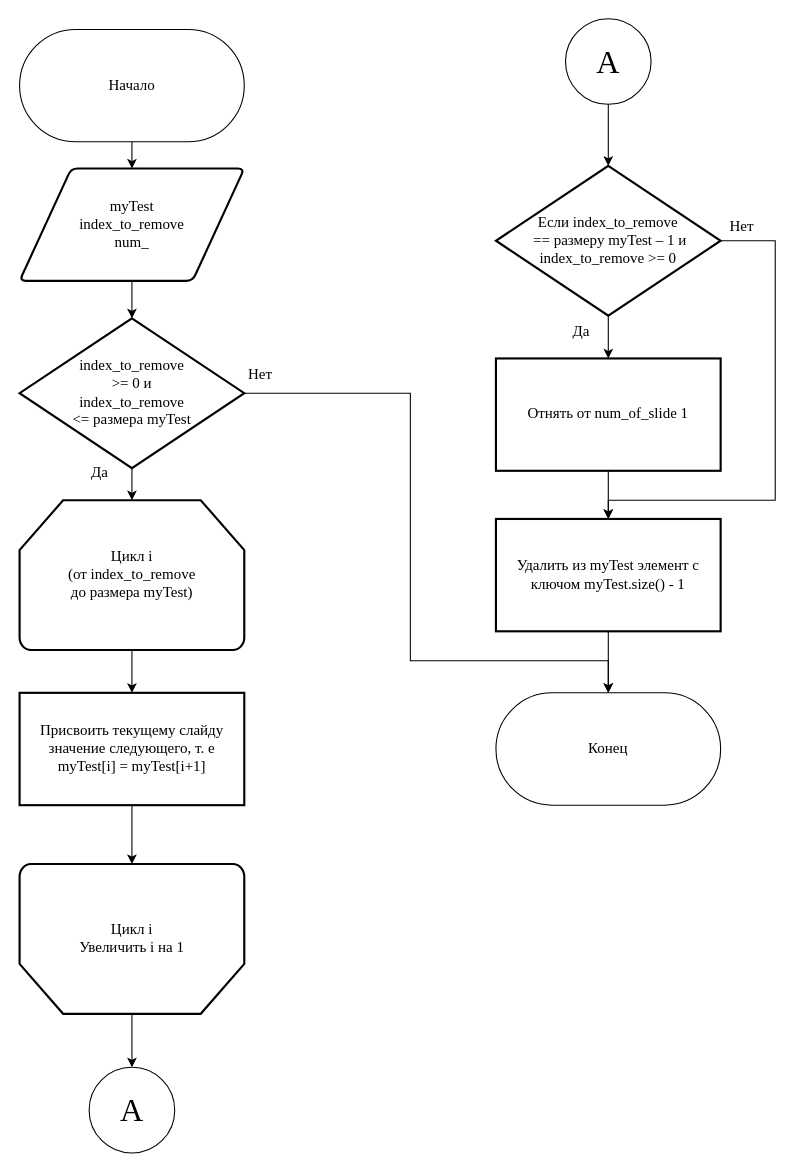
Earlier version of the draw.io diagram Пояснительная записка/Прочие файлы для редактирования/Блок-схема алгоритма по шагам 1.drawio (vanzoneway/Course-Project-TestControl). Source tidied: cells renumbered, new cells numbered last; positions are measured from the earlier drawing's top-left corner, leaving out a move shared by most shapes. Both pictures are drawn from the tidied source at 107%, with x=0, y=0 at pixel (19, 18).
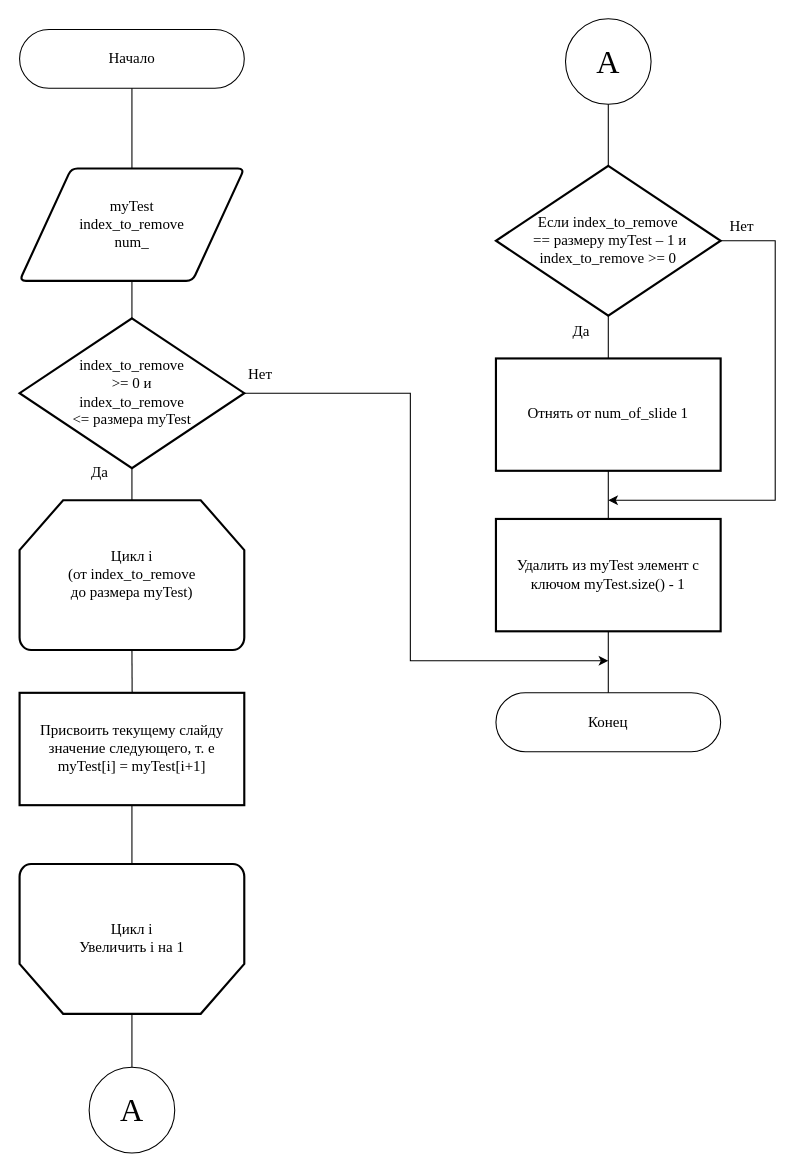
The same page after the edit.

Unchanged cells that the change refers to:
```xml
<mxCell id="3" value="&lt;font style=&quot;font-size: 14px;&quot; face=&quot;Times New Roman&quot;&gt;myTest&lt;br&gt;index_to_remove&lt;br&gt;num_&lt;/font&gt;" style="shape=parallelogram;html=1;strokeWidth=2;perimeter=parallelogramPerimeter;whiteSpace=wrap;rounded=1;arcSize=12;size=0.23;" parent="1" vertex="1">
  <mxGeometry x="-0.2" y="140" width="210" height="105" as="geometry" />
</mxCell>
<mxCell id="6" value="&lt;font style=&quot;font-size: 14px;&quot; face=&quot;Times New Roman&quot;&gt;index_to_remove&lt;br&gt;&amp;gt;= 0 и&lt;br&gt;index_to_remove &lt;br&gt;&amp;lt;= размера myTest&lt;/font&gt;" style="strokeWidth=2;html=1;shape=mxgraph.flowchart.decision;whiteSpace=wrap;" parent="1" vertex="1">
  <mxGeometry x="-0.2" y="280" width="210" height="140" as="geometry" />
</mxCell>
<mxCell id="8" value="&lt;font style=&quot;font-size: 14px;&quot; face=&quot;Times New Roman&quot;&gt;Цикл i&lt;br&gt;(от index_to_remove&lt;br&gt;до размера myTest)&lt;/font&gt;" style="strokeWidth=2;html=1;shape=mxgraph.flowchart.loop_limit;whiteSpace=wrap;" parent="1" vertex="1">
  <mxGeometry x="-0.2" y="450" width="210" height="140" as="geometry" />
</mxCell>
<mxCell id="10" value="&lt;font face=&quot;Times New Roman&quot; style=&quot;font-size: 14px;&quot;&gt;Присвоить текущему слайду значение следующего, т. е myTest[i] = myTest[i+1]&lt;/font&gt;" style="rounded=1;whiteSpace=wrap;html=1;absoluteArcSize=1;arcSize=0;strokeWidth=2;" parent="1" vertex="1">
  <mxGeometry x="-0.2" y="630" width="210" height="105" as="geometry" />
</mxCell>
<mxCell id="13" value="&lt;font style=&quot;font-size: 14px;&quot; face=&quot;Times New Roman&quot;&gt;Если index_to_remove&lt;br&gt;&amp;nbsp;== размеру myTest – 1 и index_to_remove &amp;gt;= 0&lt;/font&gt;" style="strokeWidth=2;html=1;shape=mxgraph.flowchart.decision;whiteSpace=wrap;" parent="1" vertex="1">
  <mxGeometry x="445" y="137.5" width="210" height="140" as="geometry" />
</mxCell>
<mxCell id="15" value="&lt;font face=&quot;Times New Roman&quot; style=&quot;font-size: 14px;&quot;&gt;Отнять от num_of_slide 1&lt;/font&gt;" style="rounded=1;whiteSpace=wrap;html=1;absoluteArcSize=1;arcSize=0;strokeWidth=2;" parent="1" vertex="1">
  <mxGeometry x="445" y="317.5" width="210" height="105" as="geometry" />
</mxCell>
<mxCell id="17" value="&lt;font style=&quot;font-size: 14px;&quot; face=&quot;Times New Roman&quot;&gt;Удалить из myTest элемент с ключом myTest.size() - 1&lt;/font&gt;" style="rounded=1;whiteSpace=wrap;html=1;absoluteArcSize=1;arcSize=0;strokeWidth=2;" parent="1" vertex="1">
  <mxGeometry x="445" y="467.5" width="210" height="105" as="geometry" />
</mxCell>
<mxCell id="19" value="&lt;font face=&quot;Times New Roman&quot; style=&quot;font-size: 14px;&quot;&gt;Цикл i&lt;br style=&quot;border-color: var(--border-color);&quot;&gt;&lt;span style=&quot;background-color: rgb(255, 255, 255);&quot;&gt;Увеличить i на 1&lt;/span&gt;&lt;/font&gt;" style="strokeWidth=2;html=1;shape=mxgraph.flowchart.loop_limit;whiteSpace=wrap;direction=west;" parent="1" vertex="1">
  <mxGeometry x="-0.2" y="790" width="210" height="140" as="geometry" />
</mxCell>
<mxCell id="22" value="&lt;font face=&quot;Times New Roman&quot; style=&quot;font-size: 30px;&quot;&gt;A&lt;/font&gt;" style="ellipse;whiteSpace=wrap;html=1;" parent="1" vertex="1">
  <mxGeometry x="64.8" y="980" width="80" height="80" as="geometry" />
</mxCell>
<mxCell id="24" value="&lt;font face=&quot;Times New Roman&quot; style=&quot;font-size: 30px;&quot;&gt;A&lt;/font&gt;" style="ellipse;whiteSpace=wrap;html=1;" parent="1" vertex="1">
  <mxGeometry x="510" width="80" height="80" as="geometry" />
</mxCell>
```

The edit, as a diff of the source:
```diff
@@
-    <mxCell id="2" style="edgeStyle=orthogonalEdgeStyle;rounded=0;jettySize=auto;html=1;" parent="1" edge="1" source="3" target="6">
-      <mxGeometry relative="1" as="geometry" />
-    </mxCell>
@@
-    <mxCell id="4" style="edgeStyle=orthogonalEdgeStyle;rounded=0;jettySize=auto;html=1;" parent="1" edge="1" source="6" target="8">
-      <mxGeometry relative="1" as="geometry" />
-    </mxCell>
-    <mxCell id="5" style="edgeStyle=orthogonalEdgeStyle;rounded=0;jettySize=auto;html=1;exitX=1;exitY=0.5;exitDx=0;exitDy=0;exitPerimeter=0;entryX=0.5;entryY=0;entryDx=0;entryDy=0;" parent="1" edge="1" source="6" target="25">
+    <mxCell id="5" style="edgeStyle=orthogonalEdgeStyle;rounded=0;jettySize=auto;html=1;exitX=1;exitY=0.5;exitDx=0;exitDy=0;exitPerimeter=0;" parent="1" edge="1" source="6">
       <mxGeometry relative="1" as="geometry">
+        <mxPoint x="550" y="600" as="targetPoint" />
         <Array as="points">
           <mxPoint x="365" y="350" />
           <mxPoint x="365" y="600" />
           <mxPoint x="550" y="600" />
         </Array>
       </mxGeometry>
     </mxCell>
@@
-    <mxCell id="7" style="edgeStyle=orthogonalEdgeStyle;rounded=0;jettySize=auto;html=1;" parent="1" edge="1" source="8" target="10">
-      <mxGeometry relative="1" as="geometry" />
-    </mxCell>
@@
-    <mxCell id="9" style="edgeStyle=orthogonalEdgeStyle;rounded=0;jettySize=auto;html=1;" parent="1" edge="1" source="10" target="19">
-      <mxGeometry relative="1" as="geometry" />
-    </mxCell>
@@
-    <mxCell id="11" style="edgeStyle=orthogonalEdgeStyle;rounded=0;jettySize=auto;html=1;" parent="1" edge="1" source="13" target="15">
-      <mxGeometry relative="1" as="geometry" />
-    </mxCell>
-    <mxCell id="12" style="edgeStyle=orthogonalEdgeStyle;rounded=0;jettySize=auto;html=1;exitX=1;exitY=0.5;exitDx=0;exitDy=0;exitPerimeter=0;entryX=0.5;entryY=0;entryDx=0;entryDy=0;" parent="1" edge="1" source="13" target="17">
+    <mxCell id="12" style="edgeStyle=orthogonalEdgeStyle;rounded=0;jettySize=auto;html=1;exitX=1;exitY=0.5;exitDx=0;exitDy=0;exitPerimeter=0;" parent="1" edge="1" source="13">
       <mxGeometry relative="1" as="geometry">
+        <mxPoint x="550" y="450" as="targetPoint" />
         <Array as="points">
           <mxPoint x="706" y="208" />
           <mxPoint x="706" y="450" />
           <mxPoint x="550" y="450" />
         </Array>
       </mxGeometry>
     </mxCell>
@@
-    <mxCell id="14" style="edgeStyle=orthogonalEdgeStyle;rounded=0;jettySize=auto;html=1;" parent="1" edge="1" source="15" target="17">
-      <mxGeometry relative="1" as="geometry" />
-    </mxCell>
@@
-    <mxCell id="16" style="edgeStyle=orthogonalEdgeStyle;rounded=0;jettySize=auto;html=1;entryX=0.5;entryY=0;entryDx=0;entryDy=0;" parent="1" edge="1" source="17" target="25">
-      <mxGeometry relative="1" as="geometry" />
-    </mxCell>
@@
-    <mxCell id="18" style="edgeStyle=orthogonalEdgeStyle;rounded=0;jettySize=auto;html=1;" parent="1" edge="1" source="19" target="22">
-      <mxGeometry relative="1" as="geometry" />
-    </mxCell>
@@
-    <mxCell id="20" style="edgeStyle=orthogonalEdgeStyle;rounded=0;jettySize=auto;html=1;" parent="1" edge="1" source="21" target="3">
-      <mxGeometry relative="1" as="geometry" />
-    </mxCell>
     <mxCell id="21" value="&lt;font style=&quot;font-size: 14px;&quot; face=&quot;Times New Roman&quot;&gt;Начало&lt;/font&gt;" style="rounded=1;whiteSpace=wrap;html=1;arcSize=50;" parent="1" vertex="1">
-      <mxGeometry x="-0.2" y="10" width="210" height="105" as="geometry" />
+      <mxGeometry x="-0.2" y="10" width="210" height="55" as="geometry" />
     </mxCell>
@@
-    <mxCell id="23" style="edgeStyle=orthogonalEdgeStyle;rounded=0;jettySize=auto;html=1;" parent="1" edge="1" source="24" target="13">
-      <mxGeometry relative="1" as="geometry" />
-    </mxCell>
@@
     <mxCell id="25" value="&lt;font style=&quot;font-size: 14px;&quot; face=&quot;Times New Roman&quot;&gt;Конец&lt;/font&gt;" style="rounded=1;whiteSpace=wrap;html=1;arcSize=50;" parent="1" vertex="1">
-      <mxGeometry x="445" y="630" width="210" height="105" as="geometry" />
+      <mxGeometry x="445" y="630" width="210" height="55" as="geometry" />
     </mxCell>
@@
+    <mxCell id="30" style="endArrow=none;html=1;rounded=0;entryX=0.5;entryY=1;entryDx=0;entryDy=0;exitX=0.5;exitY=0;exitDx=0;exitDy=0;" parent="1" edge="1" source="3" target="21">
+      <mxGeometry relative="1" as="geometry" />
+    </mxCell>
+    <mxCell id="31" style="endArrow=none;html=1;rounded=0;exitX=0.5;exitY=0;exitDx=0;exitDy=0;exitPerimeter=0;entryX=0.5;entryY=1;entryDx=0;entryDy=0;" parent="1" edge="1" source="6" target="3">
+      <mxGeometry relative="1" as="geometry" />
+    </mxCell>
+    <mxCell id="32" style="endArrow=none;html=1;rounded=0;entryX=0.5;entryY=1;entryDx=0;entryDy=0;entryPerimeter=0;exitX=0.5;exitY=0;exitDx=0;exitDy=0;exitPerimeter=0;" parent="1" edge="1" source="8" target="6">
+      <mxGeometry relative="1" as="geometry" />
+    </mxCell>
+    <mxCell id="33" style="endArrow=none;html=1;rounded=0;entryX=0.5;entryY=1;entryDx=0;entryDy=0;entryPerimeter=0;" parent="1" edge="1" target="8">
+      <mxGeometry relative="1" as="geometry">
+        <mxPoint x="105" y="630" as="sourcePoint" />
+      </mxGeometry>
+    </mxCell>
+    <mxCell id="34" style="endArrow=none;html=1;rounded=0;entryX=0.5;entryY=1;entryDx=0;entryDy=0;exitX=0.5;exitY=1;exitDx=0;exitDy=0;exitPerimeter=0;" parent="1" edge="1" source="19" target="10">
+      <mxGeometry relative="1" as="geometry" />
+    </mxCell>
+    <mxCell id="35" style="endArrow=none;html=1;rounded=0;entryX=0.5;entryY=0;entryDx=0;entryDy=0;entryPerimeter=0;exitX=0.5;exitY=0;exitDx=0;exitDy=0;" parent="1" edge="1" source="22" target="19">
+      <mxGeometry relative="1" as="geometry" />
+    </mxCell>
+    <mxCell id="36" style="endArrow=none;html=1;rounded=0;entryX=0.5;entryY=1;entryDx=0;entryDy=0;exitX=0.5;exitY=0;exitDx=0;exitDy=0;" parent="1" edge="1" source="25" target="17">
+      <mxGeometry relative="1" as="geometry" />
+    </mxCell>
+    <mxCell id="37" style="endArrow=none;html=1;rounded=0;entryX=0.5;entryY=1;entryDx=0;entryDy=0;exitX=0.5;exitY=0;exitDx=0;exitDy=0;" parent="1" edge="1" source="17" target="15">
+      <mxGeometry relative="1" as="geometry" />
+    </mxCell>
+    <mxCell id="38" style="endArrow=none;html=1;rounded=0;entryX=0.5;entryY=1;entryDx=0;entryDy=0;entryPerimeter=0;exitX=0.5;exitY=0;exitDx=0;exitDy=0;" parent="1" edge="1" source="15" target="13">
+      <mxGeometry relative="1" as="geometry" />
+    </mxCell>
+    <mxCell id="39" style="endArrow=none;html=1;rounded=0;entryX=0.5;entryY=1;entryDx=0;entryDy=0;exitX=0.5;exitY=0;exitDx=0;exitDy=0;exitPerimeter=0;" parent="1" edge="1" source="13" target="24">
+      <mxGeometry relative="1" as="geometry" />
+    </mxCell>
```
